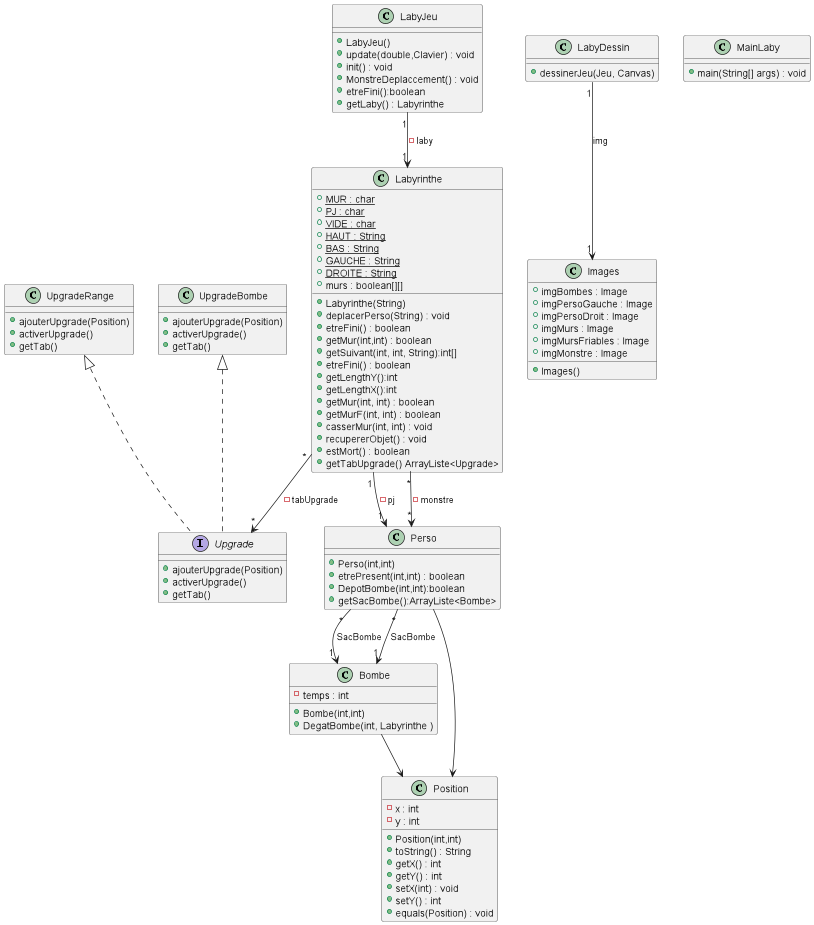
Before: documents/Version_5/DiagramClassV5.png, a diagram exported from PlantUML (lucasbcap/2022_Zeldiablo_lucasbcap_ngomesodent_hxsm_Hugoll-1). Source of this version:
```plantuml
@startuml

class Perso{
+ Perso(int,int)
+ etrePresent(int,int) : boolean
+ DepotBombe(int,int):boolean
+ getSacBombe():ArrayListe<Bombe>
}

class Labyrinthe{
+ {static} MUR : char
+ {static} PJ : char
+ {static} VIDE : char
+ {static} HAUT : String
+ {static} BAS : String
+ {static} GAUCHE : String
+ {static} DROITE : String
+ murs : boolean[][]
+ Labyrinthe(String)
+ deplacerPerso(String) : void
+ etreFini() : boolean
+ getMur(int,int) : boolean
+ getSuivant(int, int, String):int[]
+ etreFini() : boolean
+ getLengthY():int
+ getLengthX():int
+ getMur(int, int) : boolean
+ getMurF(int, int) : boolean
+ casserMur(int, int) : void
+ recupererObjet() : void
+ estMort() : boolean
+ getTabUpgrade() ArrayListe<Upgrade>
}


class LabyJeu{
+LabyJeu()
+update(double,Clavier) : void
+init() : void
+MonstreDeplaccement() : void
+etreFini():boolean
+getLaby() : Labyrinthe
}

class LabyDessin{
+ dessinerJeu(Jeu, Canvas)
}
class MainLaby{
+ main(String[] args) : void
}

interface Upgrade{
+ ajouterUpgrade(Position)
+ activerUpgrade()
+ getTab()
}

class UpgradeRange{
+ ajouterUpgrade(Position)
+ activerUpgrade()
+ getTab()
}

class UpgradeBombe{
+ ajouterUpgrade(Position)
+ activerUpgrade()
+ getTab()
}

class Bombe{
- temps : int
+ Bombe(int,int)
+ DegatBombe(int, Labyrinthe )
}

class Position {
- x : int
- y : int
+ Position(int,int)
+ toString() : String
+ getX() : int
+ getY() : int
+ setX(int) : void
+ setY() : int
+ equals(Position) : void
}

class Images{
+ imgBombes : Image
+ imgPersoGauche : Image
+ imgPersoDroit : Image
+ imgMurs : Image
+ imgMursFriables : Image
+ imgMonstre : Image
+ Images()
}


LabyJeu   "1" --> "1"  Labyrinthe: -laby
Labyrinthe "1" --> "1"  Perso: -pj
Perso "*" --> "1" Bombe : SacBombe
Perso "*" --> "1" Bombe : SacBombe
LabyDessin "1" --> "1" Images : img
Labyrinthe "*" --> "*"  Perso: -monstre
Labyrinthe "*" --> "*"  Upgrade: -tabUpgrade
UpgradeRange <|.. Upgrade
UpgradeBombe <|.. Upgrade


Perso --> Position
Bombe --> Position

@enduml
```
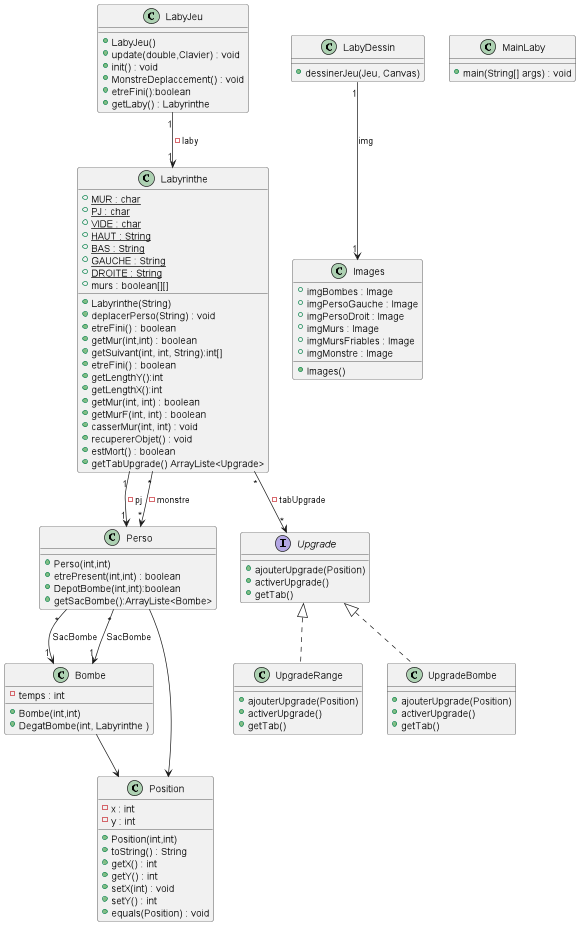
The same file after the commit.

What changed in the source:
```diff
@@ -103,8 +103,8 @@
 LabyDessin "1" --> "1" Images : img
 Labyrinthe "*" --> "*"  Perso: -monstre
 Labyrinthe "*" --> "*"  Upgrade: -tabUpgrade
-UpgradeRange <|.. Upgrade
-UpgradeBombe <|.. Upgrade
+Upgrade <|.. UpgradeRange
+Upgrade <|.. UpgradeBombe
 
 
 Perso --> Position
```
